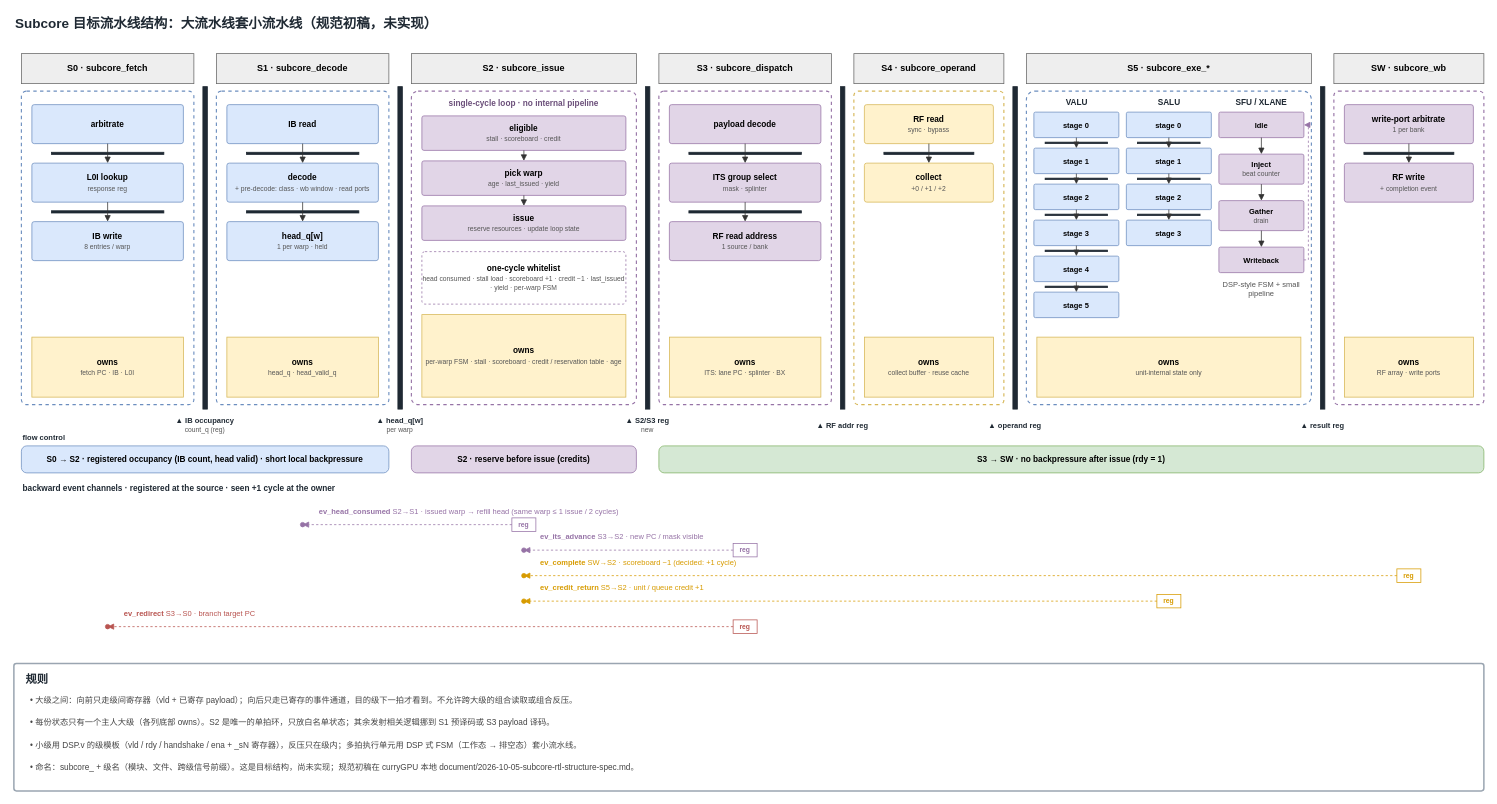
Earlier version of the draw.io diagram projects/currygpu_subcore_ppt169_20261004/sources/11-target-pipeline.drawio (WHUDYF/PPT-generate). Source tidied: cells renumbered, new cells numbered last; positions are measured from the earlier drawing's top-left corner, leaving out a move shared by most shapes. Both pictures are drawn from the tidied source at 75%, with x=0, y=0 at pixel (14, 13).
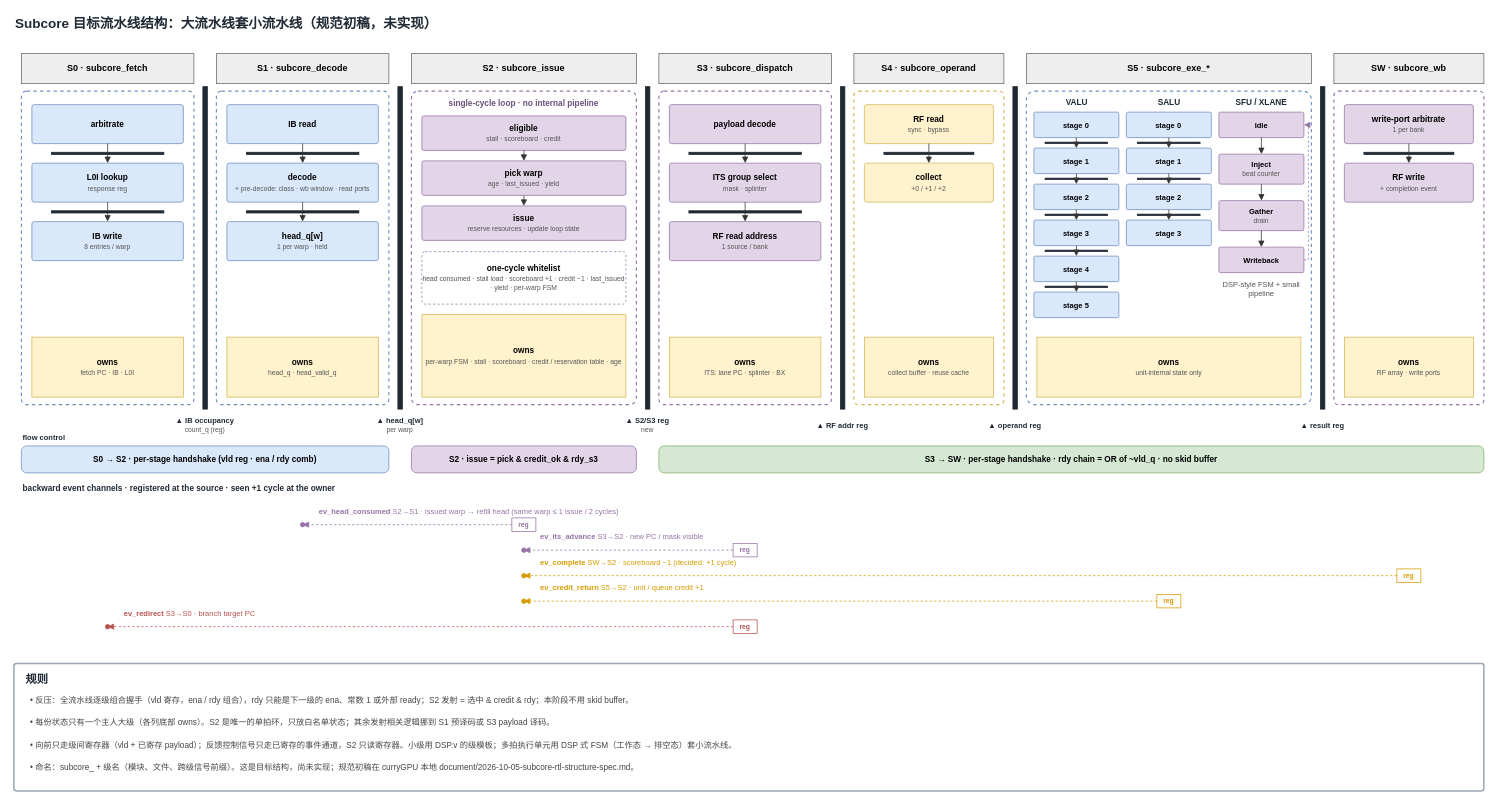
Above is the later version.

Commit message (it also covers changes not shown here):
Show per-stage handshake flow control in the target pipeline

Diff of the diagram source:
```diff
@@
-    <mxCell id="111" value="S0 → S2 · registered occupancy (IB count, head valid) · short local backpressure" style="rounded=1;arcSize=20;whiteSpace=wrap;html=1;fillColor=#DAE8FC;strokeColor=#6C8EBF;fontSize=11;fontStyle=1;" parent="1" vertex="1">
+    <mxCell id="111" value="S0 → S2 · per-stage handshake (vld reg · ena / rdy comb)" style="rounded=1;arcSize=20;whiteSpace=wrap;html=1;fillColor=#DAE8FC;strokeColor=#6C8EBF;fontSize=11;fontStyle=1;" parent="1" vertex="1">
       <mxGeometry x="10" y="577" width="490" height="36" as="geometry" />
     </mxCell>
-    <mxCell id="112" value="S2 · reserve before issue (credits)" style="rounded=1;arcSize=20;whiteSpace=wrap;html=1;fillColor=#E1D5E7;strokeColor=#9673A6;fontSize=11;fontStyle=1;" parent="1" vertex="1">
+    <mxCell id="112" value="S2 · issue = pick &amp; credit_ok &amp; rdy_s3" style="rounded=1;arcSize=20;whiteSpace=wrap;html=1;fillColor=#E1D5E7;strokeColor=#9673A6;fontSize=11;fontStyle=1;" parent="1" vertex="1">
       <mxGeometry x="530" y="577" width="300" height="36" as="geometry" />
     </mxCell>
-    <mxCell id="113" value="S3 → SW · no backpressure after issue (rdy = 1)" style="rounded=1;arcSize=20;whiteSpace=wrap;html=1;fillColor=#D5E8D4;strokeColor=#82B366;fontSize=11;fontStyle=1;" parent="1" vertex="1">
+    <mxCell id="113" value="S3 → SW · per-stage handshake · rdy chain = OR of ~vld_q · no skid buffer" style="rounded=1;arcSize=20;whiteSpace=wrap;html=1;fillColor=#D5E8D4;strokeColor=#82B366;fontSize=11;fontStyle=1;" parent="1" vertex="1">
       <mxGeometry x="860" y="577" width="1100" height="36" as="geometry" />
     </mxCell>
@@
-    <mxCell id="136" value="• 大级之间：向前只走级间寄存器（vld + 已寄存 payload）；向后只走已寄存的事件通道，目的级下一拍才看到。不允许跨大级的组合读取或组合反压。" style="text;html=1;align=left;verticalAlign=middle;whiteSpace=wrap;fontSize=11;fontColor=#444444;" parent="1" vertex="1">
+    <mxCell id="136" value="• 反压：全流水线逐级组合握手（vld 寄存，ena / rdy 组合），rdy 只能是下一级的 ena、常数 1 或外部 ready；S2 发射 = 选中 &amp; credit &amp; rdy；本阶段不用 skid buffer。" style="text;html=1;align=left;verticalAlign=middle;whiteSpace=wrap;fontSize=11;fontColor=#444444;" parent="1" vertex="1">
       <mxGeometry x="20" y="903" width="1920" height="26" as="geometry" />
     </mxCell>
@@
-    <mxCell id="138" value="• 小级用 DSP.v 的级模板（vld / rdy / handshake / ena + _sN 寄存器），反压只在级内；多拍执行单元用 DSP 式 FSM（工作态 → 排空态）套小流水线。" style="text;html=1;align=left;verticalAlign=middle;whiteSpace=wrap;fontSize=11;fontColor=#444444;" parent="1" vertex="1">
+    <mxCell id="138" value="• 向前只走级间寄存器（vld + 已寄存 payload）；反馈控制信号只走已寄存的事件通道，S2 只读寄存器。小级用 DSP.v 的级模板；多拍执行单元用 DSP 式 FSM（工作态 → 排空态）套小流水线。" style="text;html=1;align=left;verticalAlign=middle;whiteSpace=wrap;fontSize=11;fontColor=#444444;" parent="1" vertex="1">
       <mxGeometry x="20" y="963" width="1920" height="26" as="geometry" />
     </mxCell>
```
